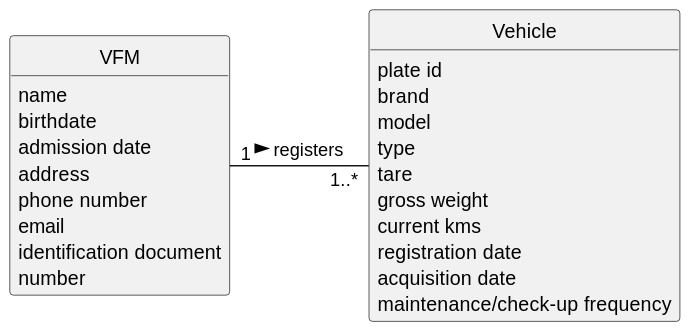
Above: docs/sprintA/us006/02.analysis/svg/us006-domain-model.svg in diogoveirospro/lei-24-s2-1dg-g072 (PlantUML), before the change.
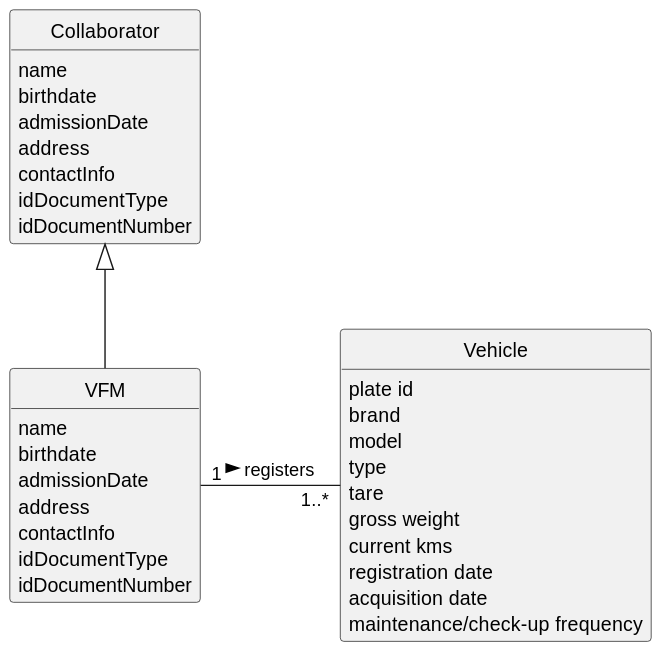
The same file after the commit.

Diff of the diagram source:
```diff
@@ -8,15 +8,24 @@
 hide circles
 hide methods
 
+class Collaborator {
+    name
+    birthdate
+    admissionDate
+    address
+    contactInfo
+    idDocumentType
+    idDocumentNumber
+}
+
 class VFM{
     name
     birthdate
-    admission date
+    admissionDate
     address
-    phone number
-    email
-    identification document
-    number
+    contactInfo
+    idDocumentType
+    idDocumentNumber
 }
 
 class Vehicle{
@@ -32,6 +41,6 @@
     maintenance/check-up frequency
 }
 
-
+Collaborator <|-- VFM
 VFM "1"-"   1..*" Vehicle: registers >
 @enduml
```
